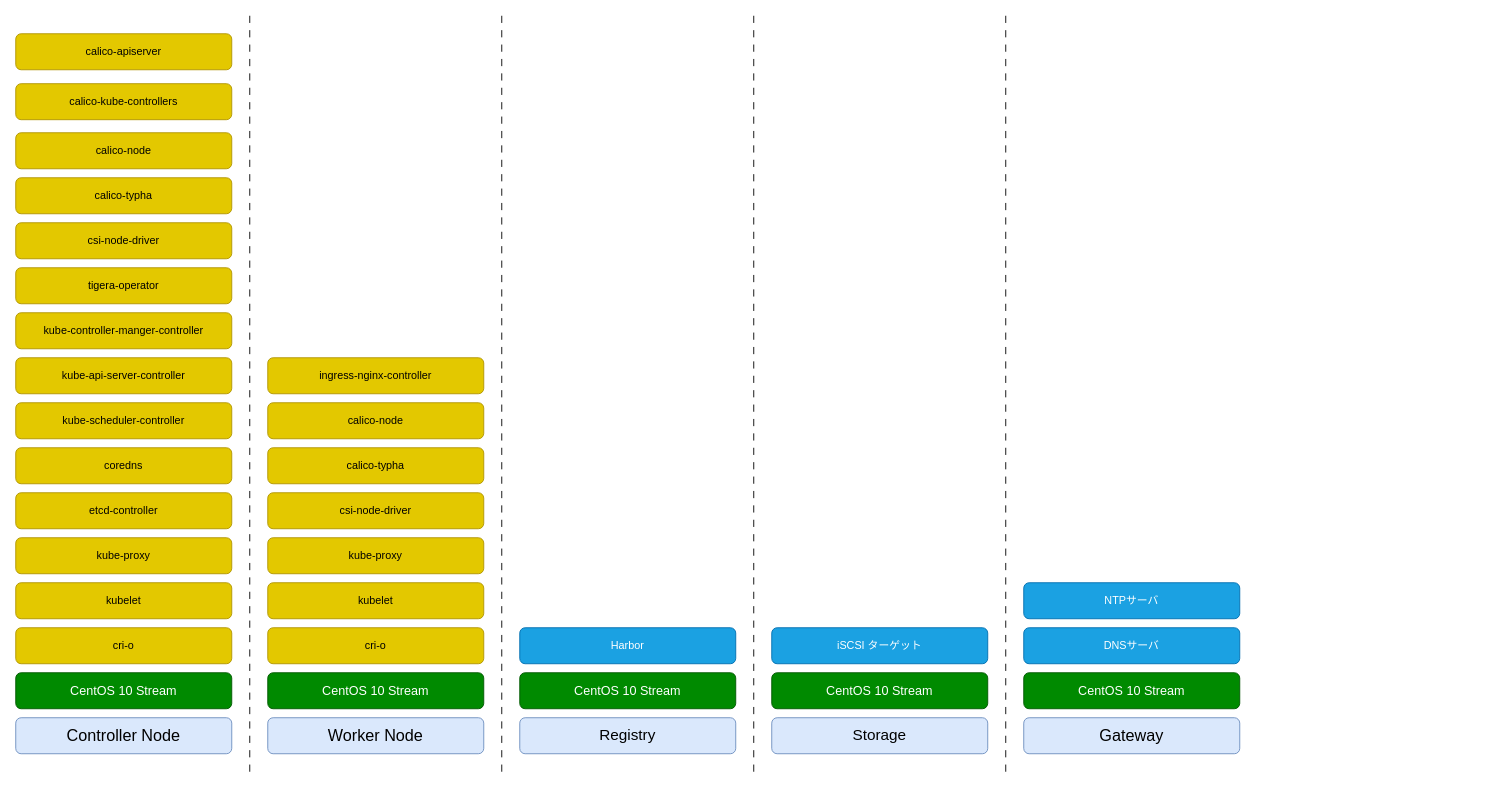
This is _static/image/software_diagram.drawio from 9506hqwy/k8s_study_notes, a draw.io file, before an edit. Source tidied: cells renumbered, new cells numbered last; positions are measured from the earlier drawing's top-left corner, leaving out a move shared by most shapes. Both pictures are drawn from the tidied source at 90%, with x=0, y=0 at pixel (15, 15).
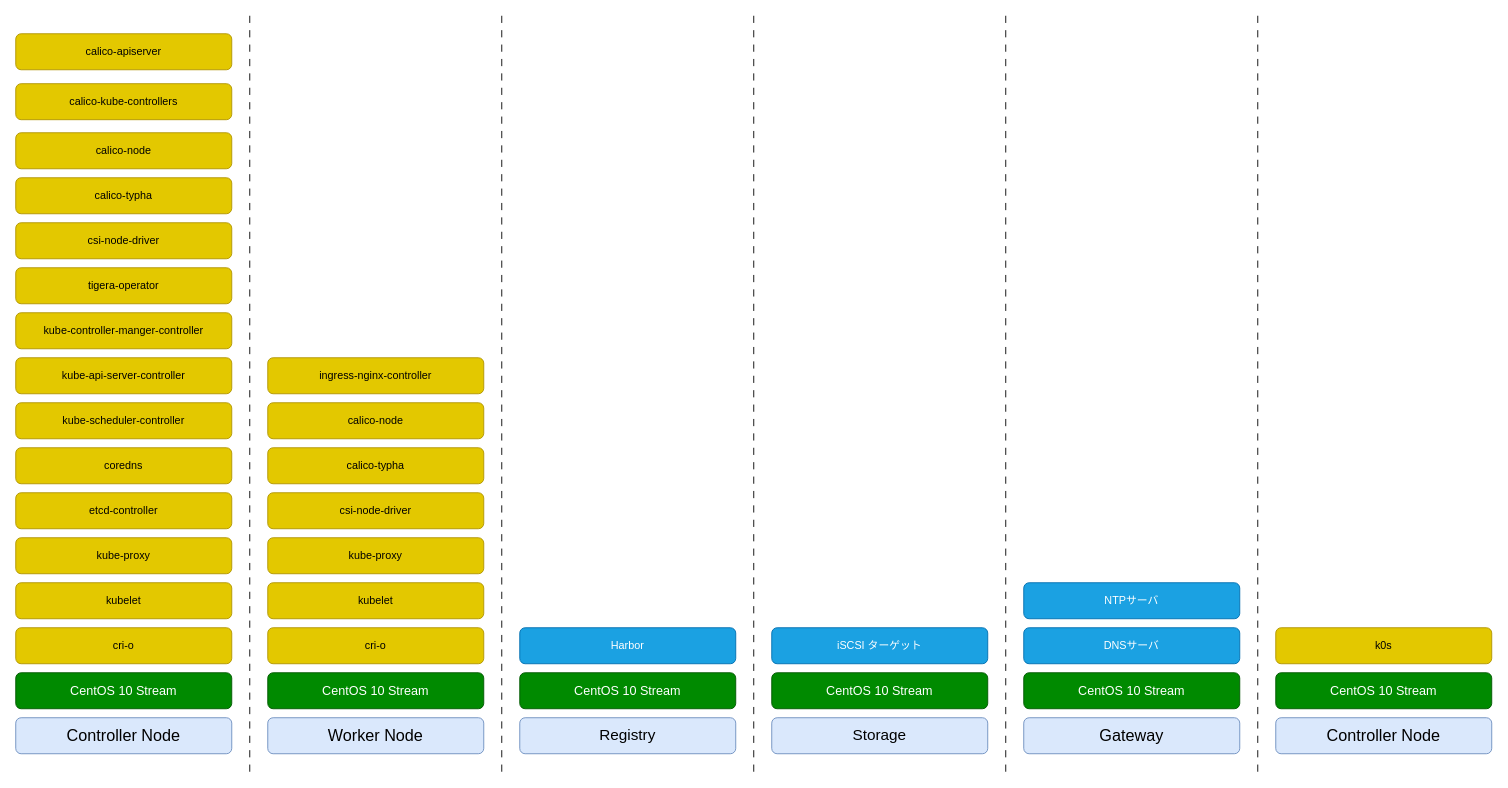
After the change.

Diff of the diagram source:
```diff
@@
+    <mxCell id="41" style="endArrow=none;html=1;rounded=0;dashed=1;dashPattern=8 8;" parent="1" edge="1">
+      <mxGeometry relative="1" as="geometry">
+        <mxPoint x="1380" y="840" as="sourcePoint" />
+        <mxPoint x="1380" as="targetPoint" />
+      </mxGeometry>
+    </mxCell>
+    <mxCell id="42" value="&lt;font style=&quot;font-size: 18px;&quot;&gt;Controller Node&lt;/font&gt;" style="rounded=1;whiteSpace=wrap;html=1;fillColor=#dae8fc;strokeColor=#6c8ebf;" parent="1" vertex="1">
+      <mxGeometry x="1400" y="780" width="240" height="40" as="geometry" />
+    </mxCell>
+    <mxCell id="43" value="&lt;font style=&quot;font-size: 14px;&quot;&gt;CentOS 10 Stream&lt;/font&gt;" style="rounded=1;whiteSpace=wrap;html=1;fillColor=#008a00;strokeColor=#005700;fontColor=#ffffff;" parent="1" vertex="1">
+      <mxGeometry x="1400" y="730" width="240" height="40" as="geometry" />
+    </mxCell>
+    <mxCell id="44" value="k0s" style="rounded=1;whiteSpace=wrap;html=1;fillColor=#e3c800;strokeColor=#B09500;fontColor=#000000;" parent="1" vertex="1">
+      <mxGeometry x="1400" y="680" width="240" height="40" as="geometry" />
+    </mxCell>
```
